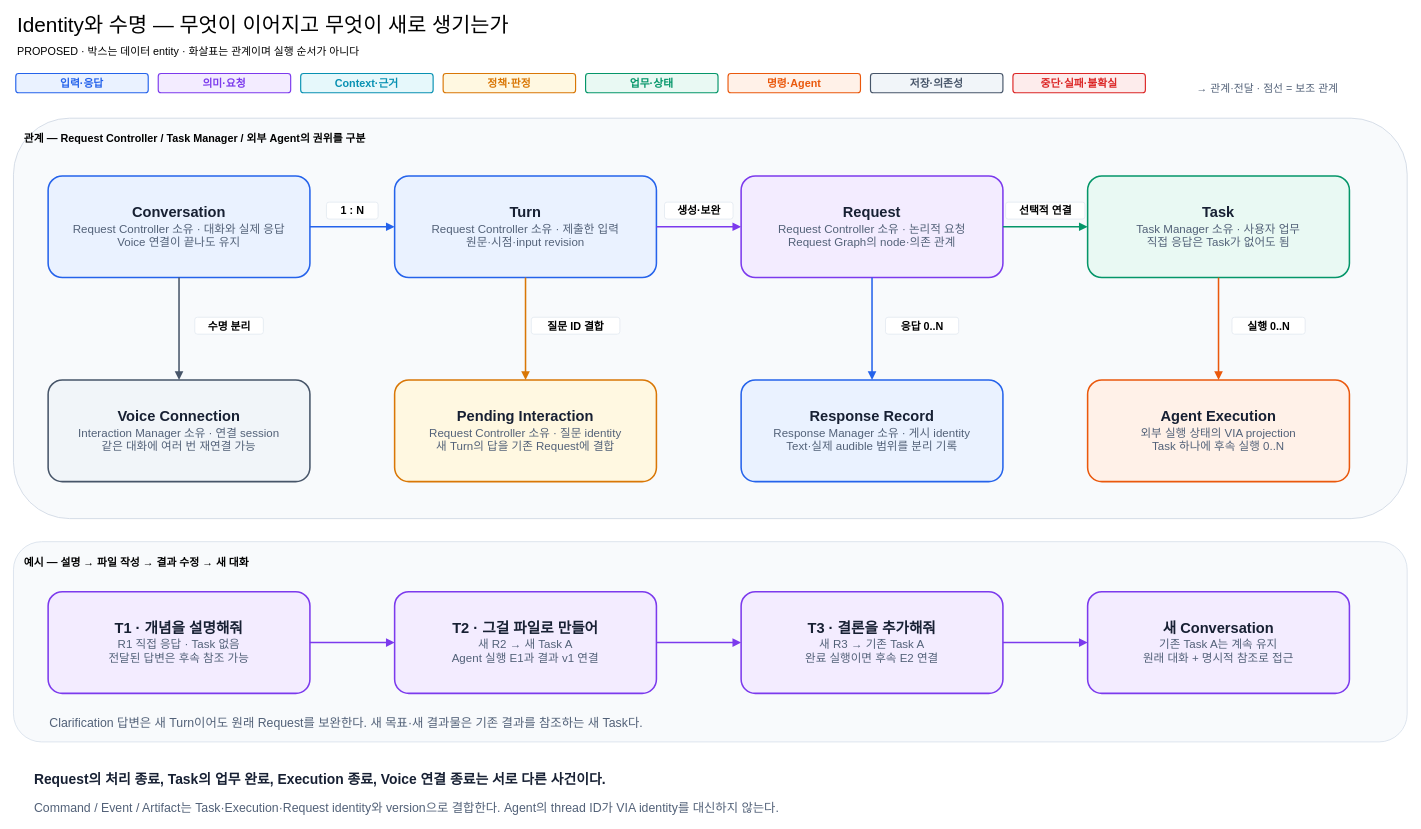
cbyche/via-sw-architecture keeps this draw.io diagram as docs/architecture/12-decisions/target-architecture/diagrams/02-lifecycle-and-ownership.drawio. Above is the earlier version. Source tidied: cells renumbered, new cells numbered last; positions are measured from the earlier drawing's top-left corner, leaving out a move shared by most shapes. Both pictures are drawn from the tidied source at 77%, with x=0, y=0 at pixel (13, 14).
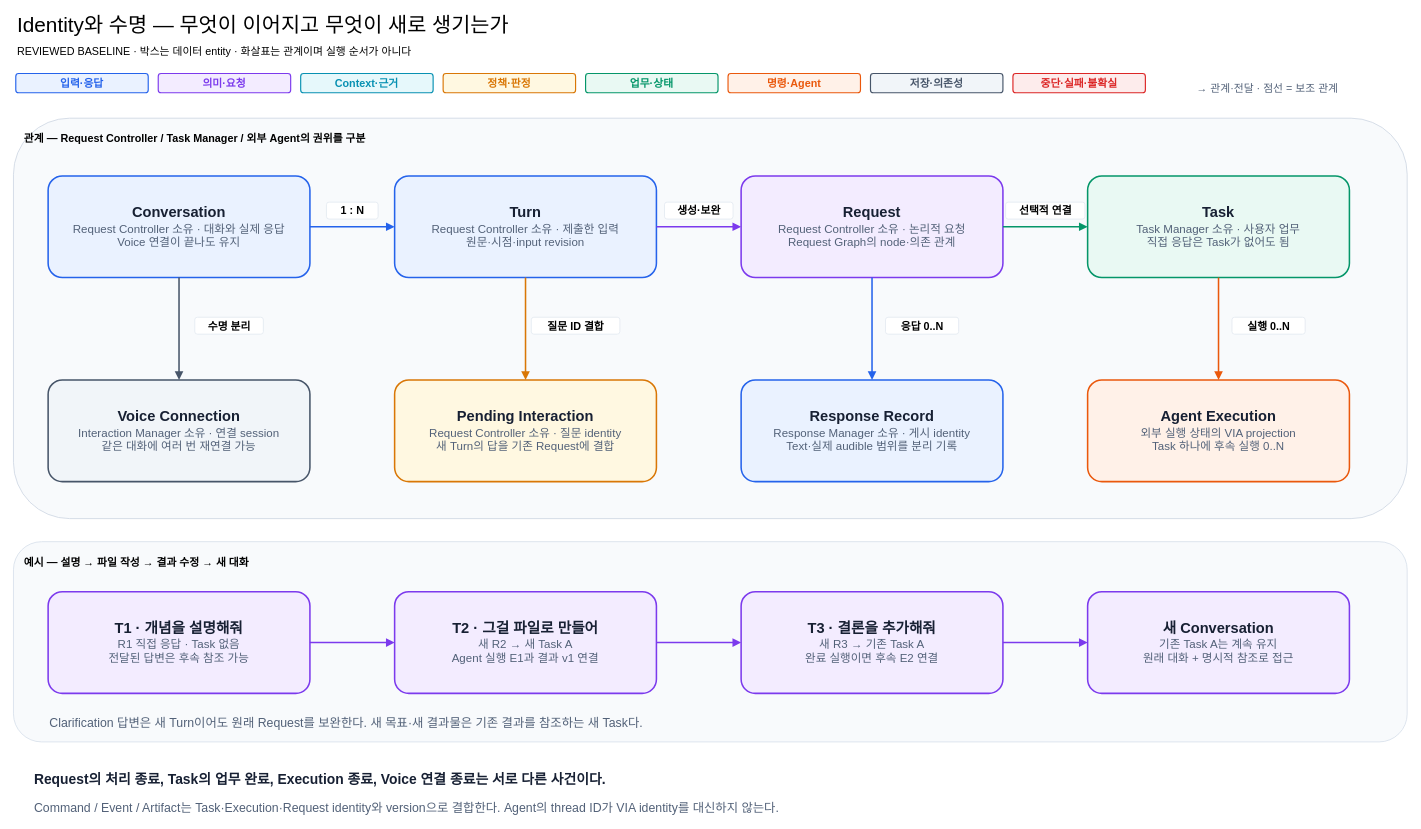
The same page after the edit.

Change to the diagram source:
```diff
@@
-    <mxCell id="46" value="PROPOSED · 박스는 데이터 entity · 화살표는 관계이며 실행 순서가 아니다" style="text;html=1;align=left;verticalAlign=middle;strokeColor=none;fillColor=none;fontSize=14;" parent="1" vertex="1">
+    <mxCell id="46" value="REVIEWED BASELINE · 박스는 데이터 entity · 화살표는 관계이며 실행 순서가 아니다" style="text;html=1;align=left;verticalAlign=middle;strokeColor=none;fillColor=none;fontSize=14;" parent="1" vertex="1">
       <mxGeometry x="3" y="34" width="1804" height="30" as="geometry" />
     </mxCell>
```
